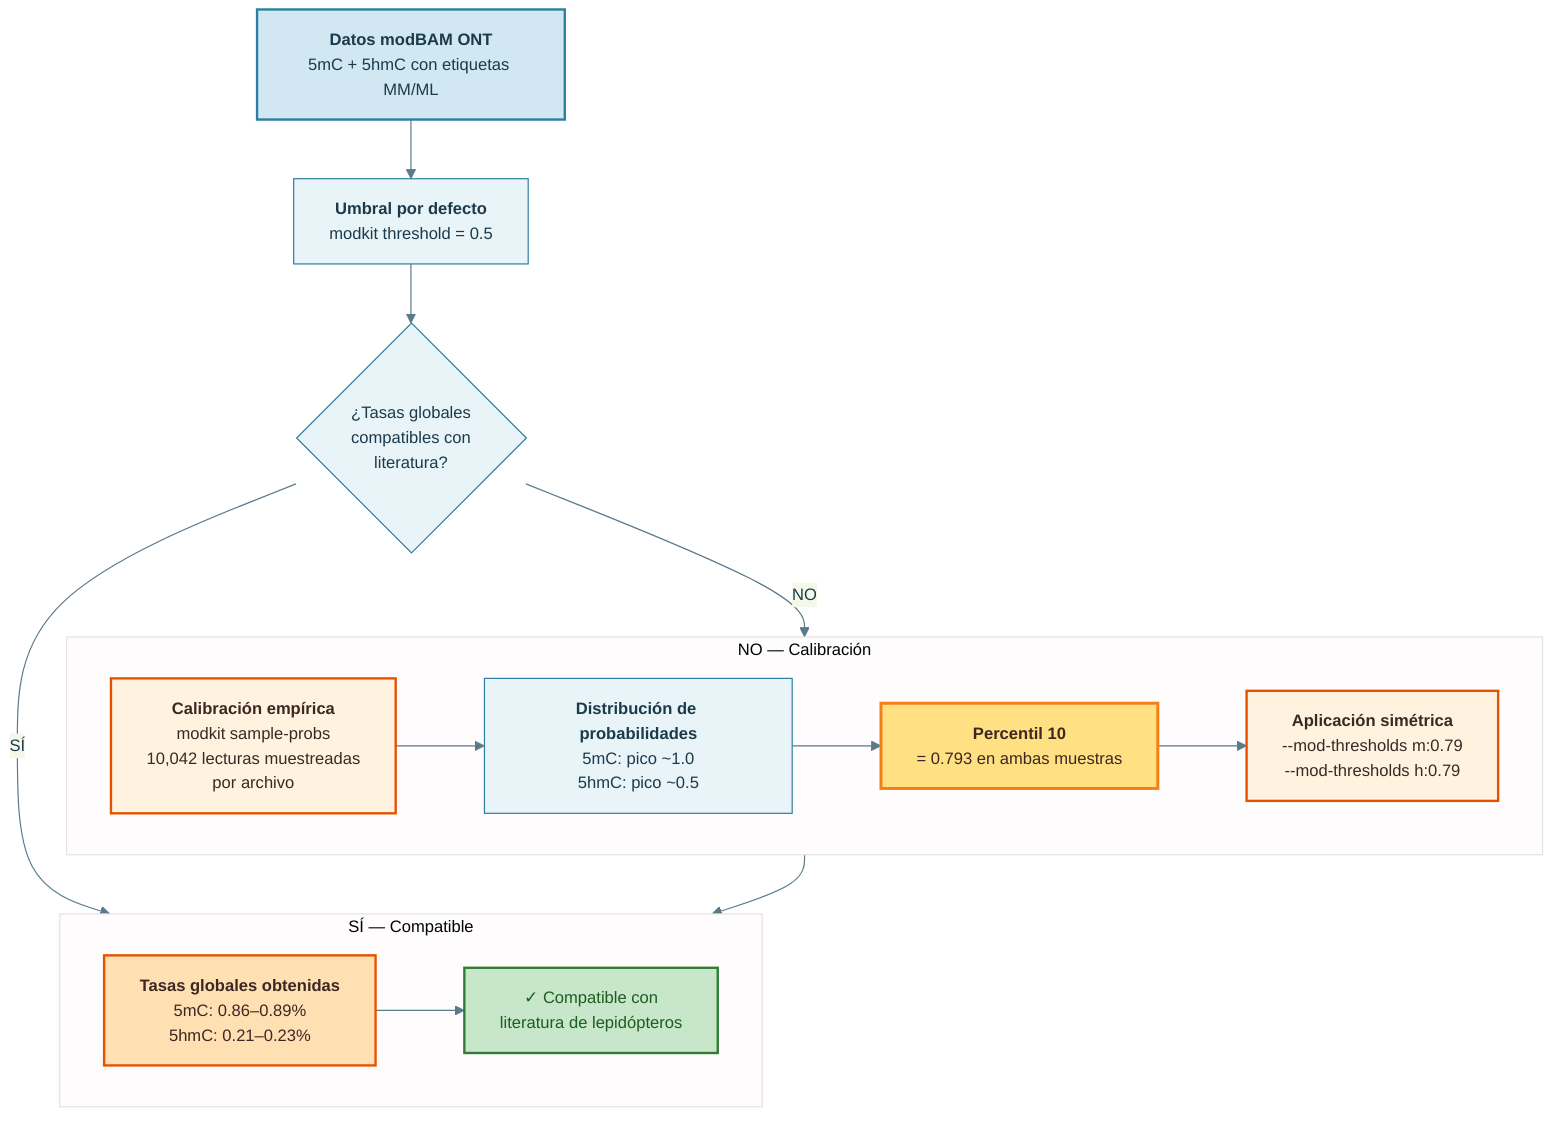
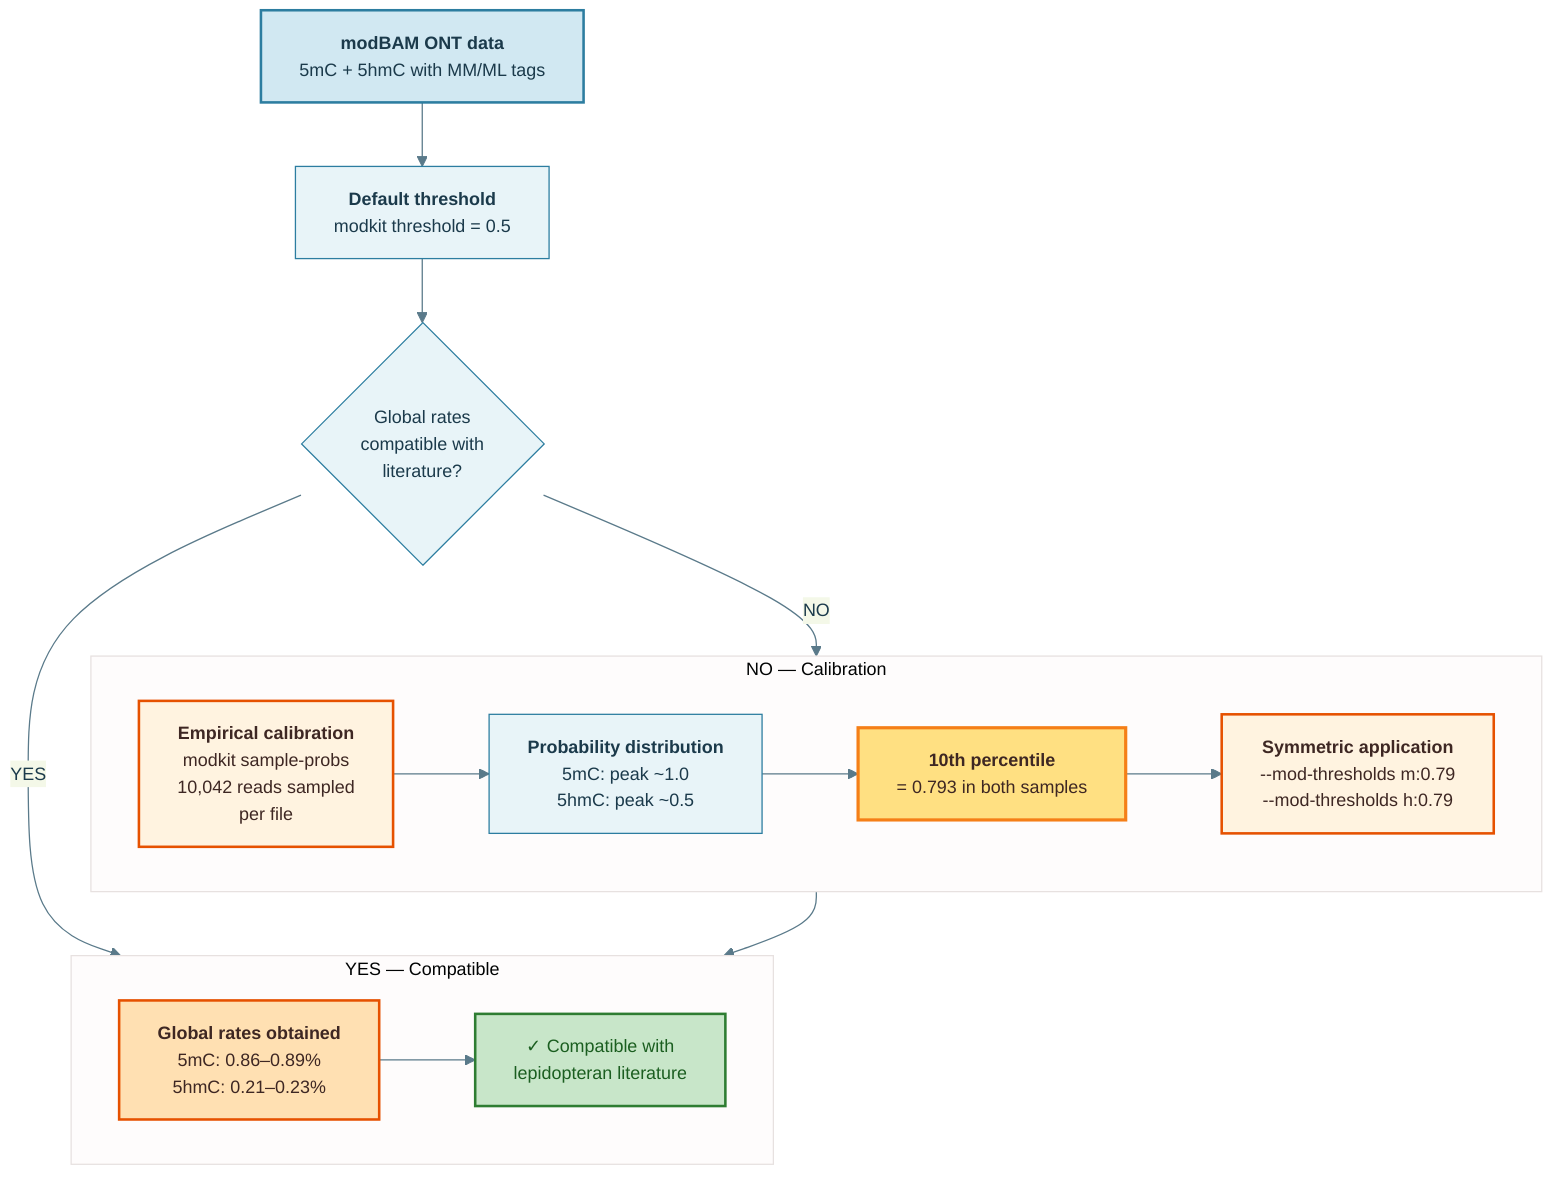
---
config:
-   layout: fixed
  theme: base
  themeVariables:
    primaryColor: '#E8F4F8'
    primaryBorderColor: '#2C7DA0'
    primaryTextColor: '#1B3A4B'
    lineColor: '#5A7A8A'
    fontSize: 14px
---
flowchart TB
-  subgraph Calibracion["NO — Calibración"]
+  subgraph Calibration["NO — Calibration"]
    direction LR
-         D["<b>Calibración empírica</b><br>modkit sample-probs<br>10,042 lecturas muestreadas<br>por archivo"]
-         E["<b>Distribución de probabilidades</b><br>5mC: pico ~1.0<br>5hmC: pico ~0.5"]
-         F["<b>Percentil 10</b><br>= 0.793 en ambas muestras"]
-         G["<b>Aplicación simétrica</b><br>--mod-thresholds m:0.79<br>--mod-thresholds h:0.79"]
+         D["<b>Empirical calibration</b><br>modkit sample-probs<br>10,042 reads sampled<br>per file"]
+         E["<b>Probability distribution</b><br>5mC: peak ~1.0<br>5hmC: peak ~0.5"]
+         F["<b>10th percentile</b><br>= 0.793 in both samples"]
+         G["<b>Symmetric application</b><br>--mod-thresholds m:0.79<br>--mod-thresholds h:0.79"]
  end
-  subgraph Directo["SÍ — Compatible"]
+  subgraph Direct["YES — Compatible"]
    direction LR
-         H["<b>Tasas globales obtenidas</b><br>5mC: 0.86–0.89%<br>5hmC: 0.21–0.23%"]
-         I["✓ Compatible con<br>literatura de lepidópteros"]
+         H["<b>Global rates obtained</b><br>5mC: 0.86–0.89%<br>5hmC: 0.21–0.23%"]
+         I["✓ Compatible with<br>lepidopteran literature"]
  end
-     A["<b>Datos modBAM ONT</b><br>5mC + 5hmC con etiquetas MM/ML"] --> B["<b>Umbral por defecto</b><br>modkit threshold = 0.5"]
-     B --> C{"¿Tasas globales<br>compatibles con<br>literatura?"}
+     A["<b>modBAM ONT data</b><br>5mC + 5hmC with MM/ML tags"] --> B["<b>Default threshold</b><br>modkit threshold = 0.5"]
+     B --> C{"Global rates<br>compatible with<br>literature?"}
    C -- NO --> D
-     C -- SÍ --> H
+     C -- YES --> H
    D --> E
    E --> F
    F --> G
    G --> H
    H --> I

     D:::process
     F:::decision
     G:::process
     H:::result
     I:::output
     A:::input
    classDef input fill:#D1E8F2,stroke:#2C7DA0,stroke-width:2px,color:#1B3A4B
    classDef process fill:#FFF3E0,stroke:#E65100,stroke-width:2px,color:#3E2723
    classDef decision fill:#FFE082,stroke:#F57F17,stroke-width:2.5px,color:#3E2723
    classDef result fill:#FFE0B2,stroke:#E65100,stroke-width:2px,color:#3E2723
-     classDef output fill:#C8E6C9,stroke:#2E7D32,stroke-width:2px,color:#1B5E20+     classDef output fill:#C8E6C9,stroke:#2E7D32,stroke-width:2px,color:#1B5E20
